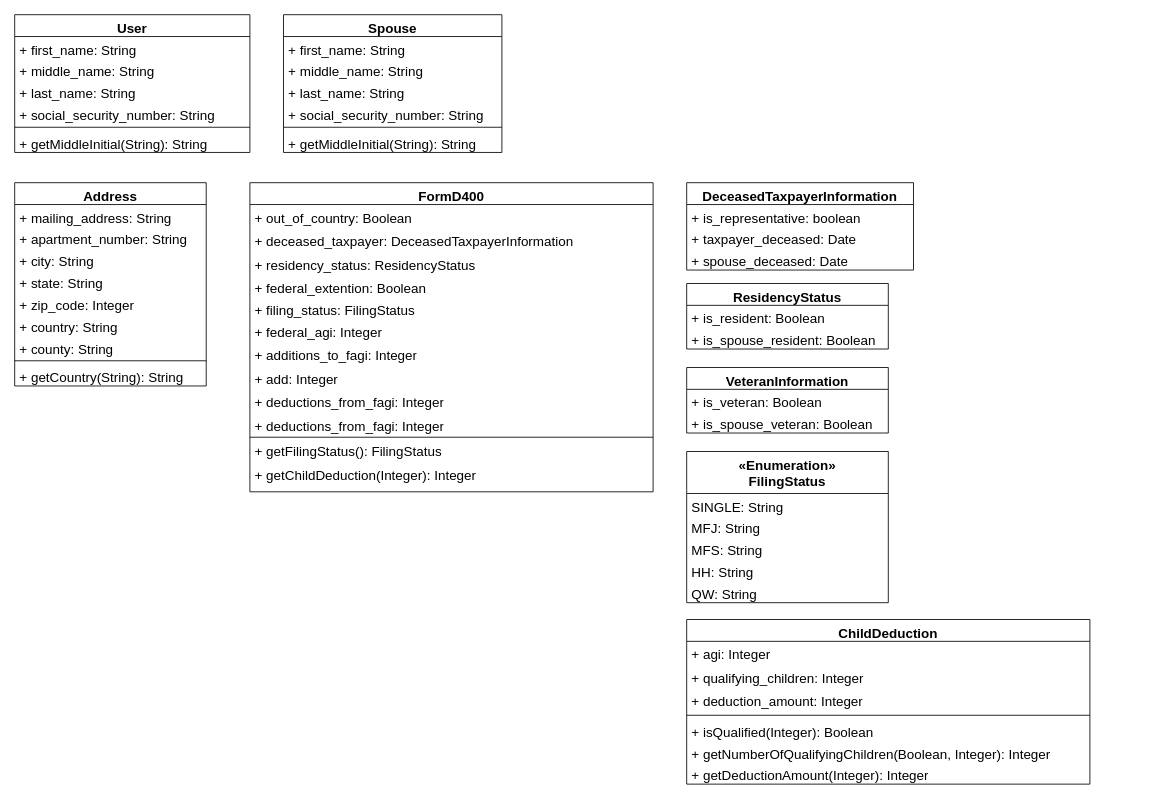
Before: User.drawio in kristinamarkina/GO, a draw.io diagram. Source tidied: cells renumbered, new cells numbered last; positions are measured from the earlier drawing's top-left corner, leaving out a move shared by most shapes. Both pictures are drawn from the tidied source at 84%, with x=0, y=0 at pixel (14, 14).
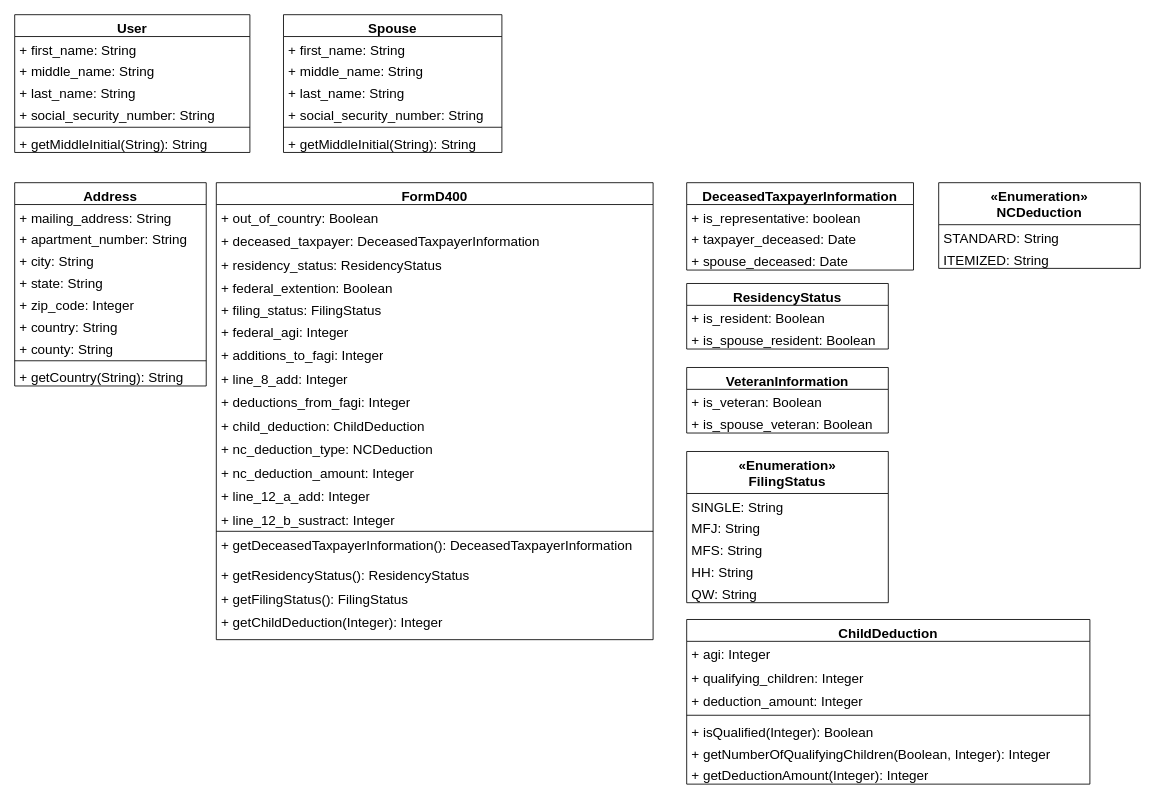
The same page after the edit.

The edit, as a diff of the source:
```diff
@@
     <mxCell id="26" value="FormD400" style="swimlane;fontStyle=1;align=center;verticalAlign=top;horizontal=1;startSize=26;whiteSpace=wrap;html=1;fontSize=16;" parent="1" vertex="1">
-      <mxGeometry x="280" y="200" width="480" height="368" as="geometry" />
+      <mxGeometry x="240" y="200" width="520" height="544" as="geometry" />
     </mxCell>
     <mxCell id="27" value="+ out_of_country: Boolean" style="text;strokeColor=none;fillColor=none;align=left;verticalAlign=top;spacingLeft=4;spacingRight=4;overflow=hidden;whiteSpace=wrap;html=1;fontSize=16;" parent="26" vertex="1">
-      <mxGeometry y="26" width="480" height="28" as="geometry" />
+      <mxGeometry y="26" width="520" height="28" as="geometry" />
     </mxCell>
     <mxCell id="28" value="+ deceased_taxpayer:&amp;nbsp;DeceasedTaxpayerInformation" style="text;strokeColor=none;fillColor=none;align=left;verticalAlign=top;spacingLeft=4;spacingRight=4;overflow=hidden;whiteSpace=wrap;html=1;fontSize=16;" parent="26" vertex="1">
-      <mxGeometry y="54" width="480" height="28" as="geometry" />
+      <mxGeometry y="54" width="520" height="28" as="geometry" />
     </mxCell>
     <mxCell id="29" value="+ residency_status: ResidencyStatus" style="text;strokeColor=none;fillColor=none;align=left;verticalAlign=top;spacingLeft=4;spacingRight=4;overflow=hidden;whiteSpace=wrap;html=1;fontSize=16;" parent="26" vertex="1">
-      <mxGeometry y="82" width="480" height="28" as="geometry" />
+      <mxGeometry y="82" width="520" height="28" as="geometry" />
     </mxCell>
     <mxCell id="30" value="+ federal_extention: Boolean" style="text;strokeColor=none;fillColor=none;align=left;verticalAlign=top;spacingLeft=4;spacingRight=4;overflow=hidden;whiteSpace=wrap;html=1;fontSize=16;" parent="26" vertex="1">
-      <mxGeometry y="110" width="480" height="26" as="geometry" />
+      <mxGeometry y="110" width="520" height="26" as="geometry" />
     </mxCell>
     <mxCell id="31" value="+ filing_status: FilingStatus" style="text;strokeColor=none;fillColor=none;align=left;verticalAlign=top;spacingLeft=4;spacingRight=4;overflow=hidden;whiteSpace=wrap;html=1;fontSize=16;" parent="26" vertex="1">
-      <mxGeometry y="136" width="480" height="26" as="geometry" />
+      <mxGeometry y="136" width="520" height="26" as="geometry" />
     </mxCell>
     <mxCell id="32" value="+ federal_agi: Integer" style="text;strokeColor=none;fillColor=none;align=left;verticalAlign=top;spacingLeft=4;spacingRight=4;overflow=hidden;whiteSpace=wrap;html=1;fontSize=16;" parent="26" vertex="1">
-      <mxGeometry y="162" width="480" height="28" as="geometry" />
+      <mxGeometry y="162" width="520" height="28" as="geometry" />
     </mxCell>
     <mxCell id="33" value="+ additions_to_fagi: Integer" style="text;strokeColor=none;fillColor=none;align=left;verticalAlign=top;spacingLeft=4;spacingRight=4;overflow=hidden;whiteSpace=wrap;html=1;fontSize=16;" parent="26" vertex="1">
-      <mxGeometry y="190" width="480" height="28" as="geometry" />
+      <mxGeometry y="190" width="520" height="28" as="geometry" />
     </mxCell>
-    <mxCell id="34" value="+ add: Integer" style="text;strokeColor=none;fillColor=none;align=left;verticalAlign=top;spacingLeft=4;spacingRight=4;overflow=hidden;whiteSpace=wrap;html=1;fontSize=16;" parent="26" vertex="1">
-      <mxGeometry y="218" width="480" height="28" as="geometry" />
+    <mxCell id="34" value="+ line_8_add: Integer" style="text;strokeColor=none;fillColor=none;align=left;verticalAlign=top;spacingLeft=4;spacingRight=4;overflow=hidden;whiteSpace=wrap;html=1;fontSize=16;" parent="26" vertex="1">
+      <mxGeometry y="218" width="520" height="28" as="geometry" />
     </mxCell>
     <mxCell id="35" value="+ deductions_from_fagi: Integer" style="text;strokeColor=none;fillColor=none;align=left;verticalAlign=top;spacingLeft=4;spacingRight=4;overflow=hidden;whiteSpace=wrap;html=1;fontSize=16;" parent="26" vertex="1">
-      <mxGeometry y="246" width="480" height="28" as="geometry" />
+      <mxGeometry y="246" width="520" height="28" as="geometry" />
     </mxCell>
-    <mxCell id="36" value="+ deductions_from_fagi: Integer" style="text;strokeColor=none;fillColor=none;align=left;verticalAlign=top;spacingLeft=4;spacingRight=4;overflow=hidden;whiteSpace=wrap;html=1;fontSize=16;" parent="26" vertex="1">
-      <mxGeometry y="274" width="480" height="28" as="geometry" />
+    <mxCell id="36" value="+ child_deduction: ChildDeduction" style="text;strokeColor=none;fillColor=none;align=left;verticalAlign=top;spacingLeft=4;spacingRight=4;overflow=hidden;whiteSpace=wrap;html=1;fontSize=16;" parent="26" vertex="1">
+      <mxGeometry y="274" width="520" height="28" as="geometry" />
     </mxCell>
+    <mxCell id="64" value="+ nc_deduction_type: NCDeduction" style="text;strokeColor=none;fillColor=none;align=left;verticalAlign=top;spacingLeft=4;spacingRight=4;overflow=hidden;whiteSpace=wrap;html=1;fontSize=16;" parent="26" vertex="1">
+      <mxGeometry y="302" width="520" height="28" as="geometry" />
+    </mxCell>
+    <mxCell id="65" value="+ nc_deduction_amount: Integer" style="text;strokeColor=none;fillColor=none;align=left;verticalAlign=top;spacingLeft=4;spacingRight=4;overflow=hidden;whiteSpace=wrap;html=1;fontSize=16;" parent="26" vertex="1">
+      <mxGeometry y="330" width="520" height="28" as="geometry" />
+    </mxCell>
+    <mxCell id="66" value="+ line_12_a_add:&amp;nbsp;Integer" style="text;strokeColor=none;fillColor=none;align=left;verticalAlign=top;spacingLeft=4;spacingRight=4;overflow=hidden;whiteSpace=wrap;html=1;fontSize=16;" parent="26" vertex="1">
+      <mxGeometry y="358" width="520" height="28" as="geometry" />
+    </mxCell>
+    <mxCell id="67" value="+ line_12_b_sustract:&amp;nbsp;Integer" style="text;strokeColor=none;fillColor=none;align=left;verticalAlign=top;spacingLeft=4;spacingRight=4;overflow=hidden;whiteSpace=wrap;html=1;fontSize=16;" parent="26" vertex="1">
+      <mxGeometry y="386" width="520" height="28" as="geometry" />
+    </mxCell>
     <mxCell id="37" style="line;strokeWidth=1;fillColor=none;align=left;verticalAlign=middle;spacingTop=-1;spacingLeft=3;spacingRight=3;labelPosition=right;strokeColor=inherit;fontSize=16;" parent="26" vertex="1">
-      <mxGeometry y="302" width="480" height="2" as="geometry" />
+      <mxGeometry y="414" width="520" height="2" as="geometry" />
     </mxCell>
+    <mxCell id="68" value="+ getDeceasedTaxpayerInformation(): DeceasedTaxpayerInformation" style="text;strokeColor=none;fillColor=none;align=left;verticalAlign=top;spacingLeft=4;spacingRight=4;overflow=hidden;whiteSpace=wrap;html=1;fontSize=16;" parent="26" vertex="1">
+      <mxGeometry y="416" width="520" height="36" as="geometry" />
+    </mxCell>
+    <mxCell id="69" value="+ getResidencyStatus(): ResidencyStatus" style="text;strokeColor=none;fillColor=none;align=left;verticalAlign=top;spacingLeft=4;spacingRight=4;overflow=hidden;whiteSpace=wrap;html=1;fontSize=16;" parent="26" vertex="1">
+      <mxGeometry y="452" width="520" height="28" as="geometry" />
+    </mxCell>
     <mxCell id="38" value="+ getFilingStatus(): FilingStatus" style="text;strokeColor=none;fillColor=none;align=left;verticalAlign=top;spacingLeft=4;spacingRight=4;overflow=hidden;whiteSpace=wrap;html=1;fontSize=16;" parent="26" vertex="1">
-      <mxGeometry y="304" width="480" height="28" as="geometry" />
+      <mxGeometry y="480" width="520" height="28" as="geometry" />
     </mxCell>
     <mxCell id="39" value="+ getChildDeduction(Integer): Integer" style="text;strokeColor=none;fillColor=none;align=left;verticalAlign=top;spacingLeft=4;spacingRight=4;overflow=hidden;whiteSpace=wrap;html=1;fontSize=16;" parent="26" vertex="1">
-      <mxGeometry y="332" width="480" height="36" as="geometry" />
+      <mxGeometry y="508" width="520" height="36" as="geometry" />
     </mxCell>
@@
+    <mxCell id="70" value="«Enumeration»&lt;br style=&quot;border-color: var(--border-color); font-weight: 400;&quot;&gt;NCDeduction" style="swimlane;fontStyle=1;align=center;verticalAlign=top;horizontal=1;startSize=50;whiteSpace=wrap;html=1;fontSize=16;" parent="1" vertex="1">
+      <mxGeometry x="1100" y="200" width="240" height="102" as="geometry" />
+    </mxCell>
+    <mxCell id="71" value="STANDARD: String" style="text;strokeColor=none;fillColor=none;align=left;verticalAlign=top;spacingLeft=4;spacingRight=4;overflow=hidden;whiteSpace=wrap;html=1;fontSize=16;" parent="70" vertex="1">
+      <mxGeometry y="50" width="240" height="26" as="geometry" />
+    </mxCell>
+    <mxCell id="72" value="ITEMIZED: String" style="text;strokeColor=none;fillColor=none;align=left;verticalAlign=top;spacingLeft=4;spacingRight=4;overflow=hidden;whiteSpace=wrap;html=1;fontSize=16;" parent="70" vertex="1">
+      <mxGeometry y="76" width="240" height="26" as="geometry" />
+    </mxCell>
```
